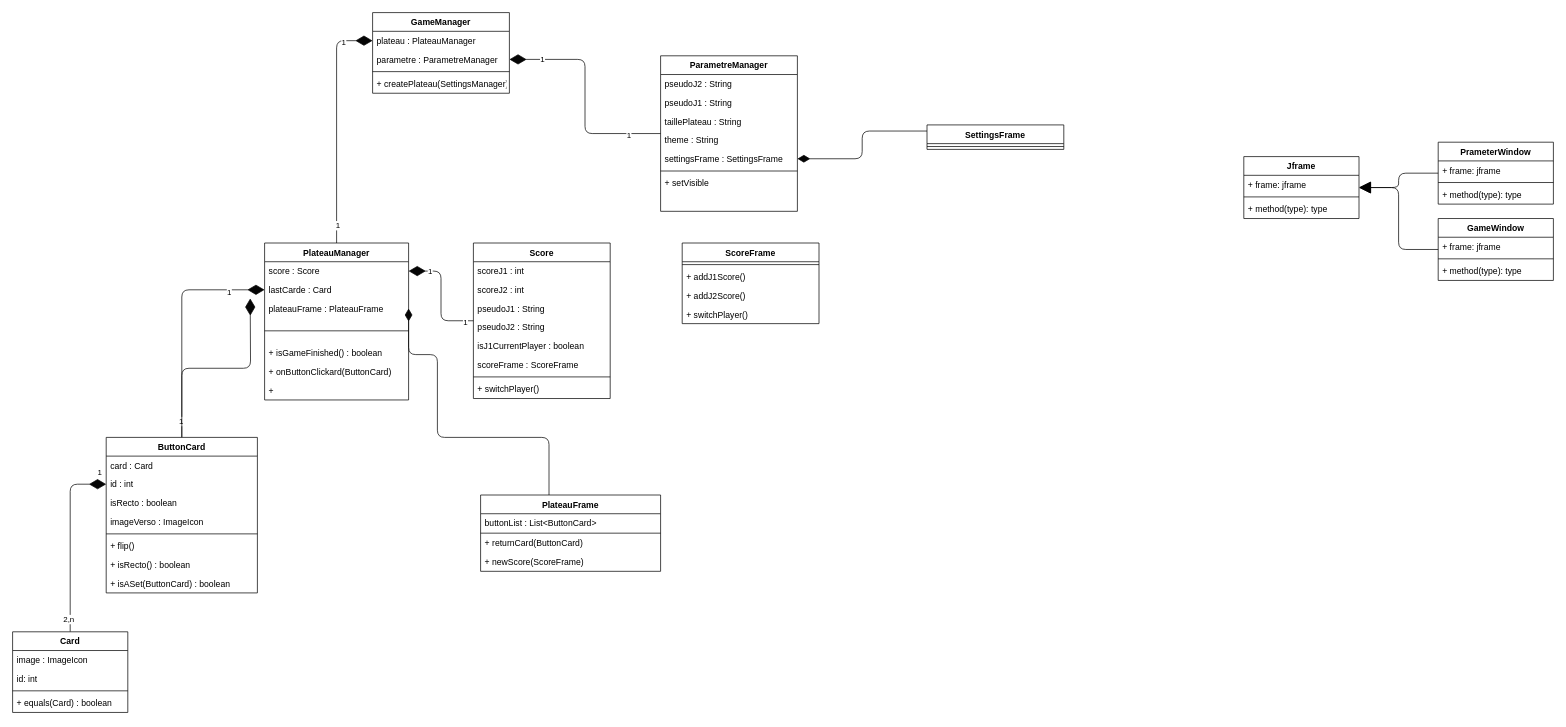
Earlier version of the draw.io diagram Doc/UML/DiagrammeDeClass.drawio (FlorianSoler/Memory). Source tidied: cells renumbered, new cells numbered last; positions are measured from the earlier drawing's top-left corner, leaving out a move shared by most shapes. Both pictures are drawn from the tidied source at 72%, with x=0, y=0 at pixel (12, 12).
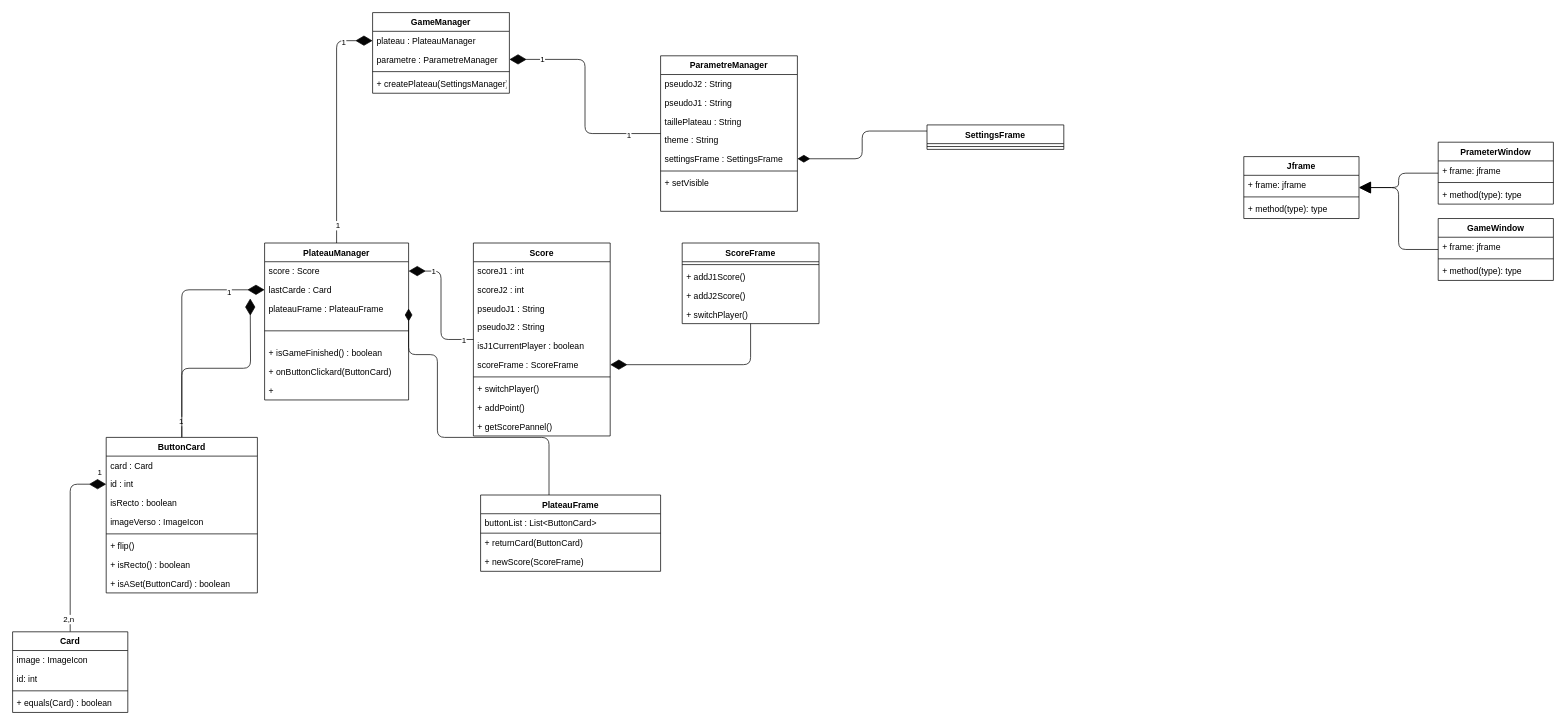
The same page after the edit.

Unchanged cells that the change refers to:
```xml
<mxCell id="57" value="scoreFrame : ScoreFrame" style="text;strokeColor=none;fillColor=none;align=left;verticalAlign=top;spacingLeft=4;spacingRight=4;overflow=hidden;points=[[0,0.5],[1,0.5]];portConstraint=eastwest;" parent="51" vertex="1">
  <mxGeometry y="156" width="190" height="26" as="geometry" />
</mxCell>
<mxCell id="86" value="ScoreFrame" style="swimlane;fontStyle=1;align=center;verticalAlign=top;horizontal=1;startSize=26;" parent="1" vertex="1">
  <mxGeometry x="930" y="320" width="190" height="112" as="geometry" />
</mxCell>
```

Diff of the diagram source:
```diff
@@
     <mxCell id="51" value="Score" style="swimlane;fontStyle=1;align=center;verticalAlign=top;horizontal=1;startSize=26;" parent="1" vertex="1">
-      <mxGeometry x="640" y="320" width="190" height="216" as="geometry" />
+      <mxGeometry x="640" y="320" width="190" height="268" as="geometry" />
     </mxCell>
@@
+    <mxCell id="91" value="+ addPoint()" style="text;strokeColor=none;fillColor=none;align=left;verticalAlign=top;spacingLeft=4;spacingRight=4;overflow=hidden;" parent="51" vertex="1">
+      <mxGeometry y="216" width="190" height="26" as="geometry" />
+    </mxCell>
+    <mxCell id="92" value="+ getScorePannel()" style="text;strokeColor=none;fillColor=none;align=left;verticalAlign=top;spacingLeft=4;spacingRight=4;overflow=hidden;" parent="51" vertex="1">
+      <mxGeometry y="242" width="190" height="26" as="geometry" />
+    </mxCell>
@@
+    <mxCell id="93" style="edgeStyle=orthogonalEdgeStyle;html=1;entryX=1;entryY=0.5;entryDx=0;entryDy=0;strokeColor=#050505;endArrow=diamondThin;endFill=1;endSize=21;" parent="1" edge="1" source="86" target="57">
+      <mxGeometry relative="1" as="geometry" />
+    </mxCell>
```
